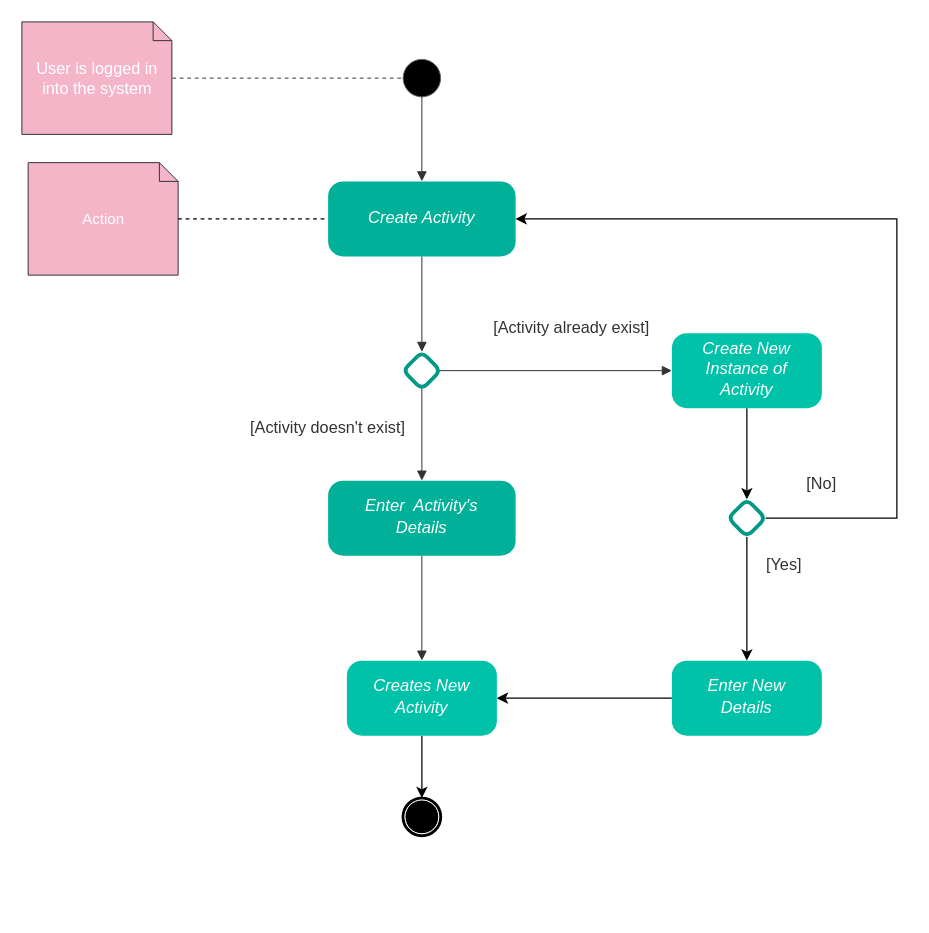
Earlier version of the draw.io diagram Project_Documents/Activity_Diagrams/Create_Activity_Acitvity_Diagram.drawio (Wellington-Black/Project_Web_Programming_with_Python). Source tidied: cells renumbered, new cells numbered last; positions are measured from the earlier drawing's top-left corner, leaving out a move shared by most shapes. Both pictures are drawn from the tidied source at 125%, with x=0, y=0 at pixel (21, 21).
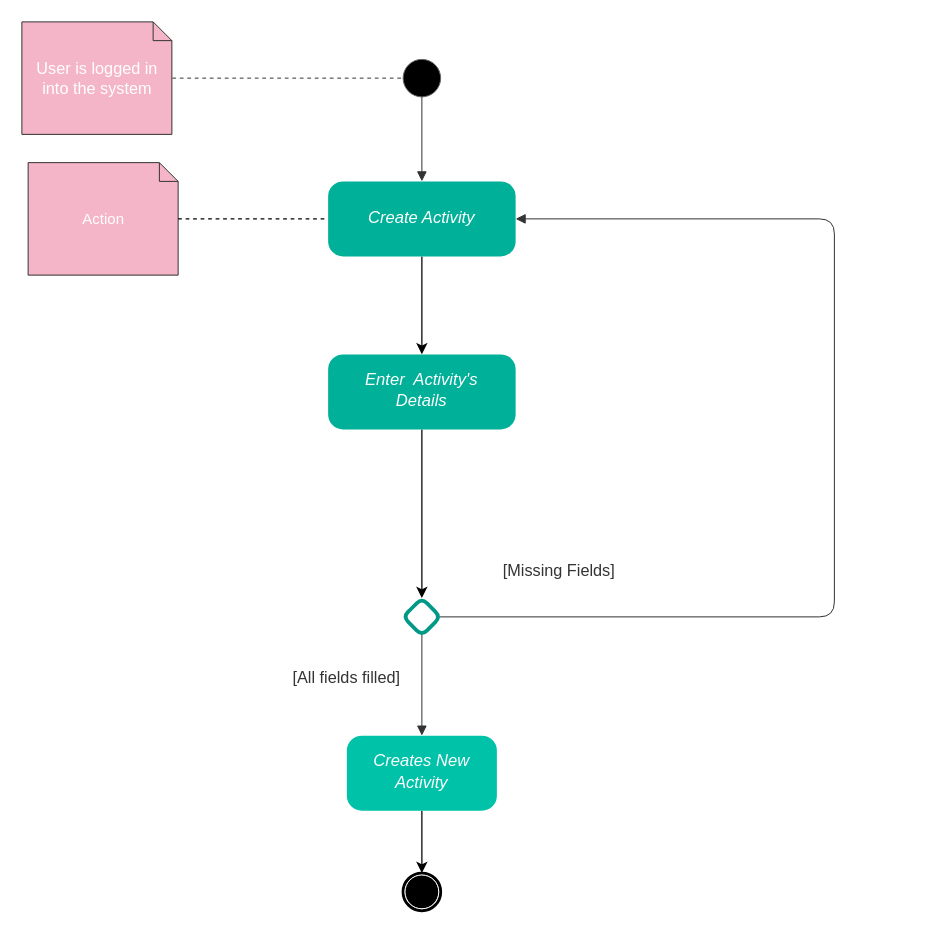
The same page after the edit.

The change refers to these unchanged cells:
```xml
<mxCell id="11" value="&lt;div style=&quot;display: flex ; justify-content: center ; text-align: center ; align-items: baseline ; line-height: 1.25 ; margin-left: 8.4px ; margin-right: 8.4px ; margin-top: -2px&quot;&gt;&lt;font color=&quot;#ffffff&quot;&gt;&lt;span style=&quot;font-size: 13.3px ; font-style: italic&quot;&gt;Create Activity&lt;/span&gt;&lt;/font&gt;&lt;/div&gt;" style="rounded=1;arcSize=20;whiteSpace=wrap;overflow=block;blockSpacing=1;html=1;fontSize=13;spacing=3.6;strokeOpacity=0;fillOpacity=100;fillColor=#00b098;strokeWidth=0.8;" parent="1" vertex="1">
  <mxGeometry x="245" y="127.6" width="150" height="60" as="geometry" />
</mxCell>
```

Change to the diagram source:
```diff
@@
-    <mxCell id="3" style="html=1;jettySize=18;whiteSpace=wrap;fontSize=13;fontFamily=helvetica;strokeColor=#333333;strokeOpacity=100;strokeWidth=0.8;rounded=1;arcSize=24;edgeStyle=orthogonalEdgeStyle;startArrow=none;endArrow=block;endFill=1;exitX=0.5;exitY=1;exitDx=0;exitDy=0;entryX=0.5;entryY=0;entryDx=0;entryDy=0;" parent="1" edge="1" source="11" target="21">
-      <mxGeometry relative="1" as="geometry" />
-    </mxCell>
+    <mxCell id="32" style="edgeStyle=orthogonalEdgeStyle;rounded=0;jettySize=auto;html=1;exitX=0.5;exitY=1;exitDx=0;exitDy=0;entryX=0.5;entryY=0;entryDx=0;entryDy=0;" parent="1" edge="1" source="4" target="21">
+      <mxGeometry relative="1" as="geometry" />
+    </mxCell>
     <mxCell id="4" value="&lt;div style=&quot;display: flex ; justify-content: center ; text-align: center ; align-items: baseline ; line-height: 1.25 ; margin-left: 8.4px ; margin-right: 8.4px ; margin-top: -2px&quot;&gt;&lt;font color=&quot;#ffffff&quot;&gt;&lt;span style=&quot;font-size: 13.3px ; font-style: italic&quot;&gt;Enter&amp;nbsp; Activity's Details&lt;/span&gt;&lt;/font&gt;&lt;/div&gt;" style="rounded=1;arcSize=20;whiteSpace=wrap;overflow=block;blockSpacing=1;html=1;fontSize=13;spacing=3.6;strokeOpacity=0;fillOpacity=100;fillColor=#00b098;strokeWidth=0.8;" parent="1" vertex="1">
-      <mxGeometry x="245" y="367" width="150" height="60" as="geometry" />
+      <mxGeometry x="245" y="266" width="150" height="60" as="geometry" />
     </mxCell>
-    <mxCell id="5" style="html=1;jettySize=18;whiteSpace=wrap;fontSize=13;fontFamily=helvetica;strokeColor=#333333;strokeOpacity=100;strokeWidth=0.8;rounded=1;arcSize=24;edgeStyle=orthogonalEdgeStyle;startArrow=none;endArrow=block;endFill=1;exitX=0.5;exitY=1;exitPerimeter=0;entryX=0.5;entryY=0;entryDx=0;entryDy=0;" parent="1" edge="1" source="4" target="7">
-      <mxGeometry relative="1" as="geometry" />
-    </mxCell>
@@
     <mxCell id="7" value="&lt;div style=&quot;display: flex ; justify-content: center ; text-align: center ; align-items: baseline ; font-size: 0 ; line-height: 1.25 ; margin-left: 8.4px ; margin-right: 8.4px ; margin-top: 2.4px ; margin-top: -2px&quot;&gt;&lt;span&gt;&lt;i style=&quot;color: rgb(255 , 255 , 255) ; font-size: 13.3px&quot;&gt;Creates New Activity&lt;/i&gt;&lt;br&gt;&lt;/span&gt;&lt;/div&gt;" style="rounded=1;arcSize=20;whiteSpace=wrap;overflow=block;blockSpacing=1;html=1;fontSize=13;spacing=3.6;strokeOpacity=0;fillOpacity=100;fillColor=#00c2a8;strokeWidth=0.8;" parent="1" vertex="1">
-      <mxGeometry x="260" y="511" width="120" height="60" as="geometry" />
+      <mxGeometry x="260" y="571" width="120" height="60" as="geometry" />
     </mxCell>
@@
+    <mxCell id="33" style="edgeStyle=orthogonalEdgeStyle;rounded=0;jettySize=auto;html=1;" parent="1" edge="1" source="11" target="4">
+      <mxGeometry relative="1" as="geometry" />
+    </mxCell>
@@
-    <mxCell id="17" style="html=1;jettySize=18;whiteSpace=wrap;fontSize=13;fontFamily=helvetica;strokeColor=#333333;strokeOpacity=100;strokeWidth=0.8;rounded=1;arcSize=24;edgeStyle=orthogonalEdgeStyle;startArrow=none;endArrow=block;endFill=1;exitX=0.5;exitY=0.968;exitPerimeter=0;entryX=0.5;entryY=0;entryDx=0;entryDy=0;" parent="1" edge="1" source="21" target="4">
+    <mxCell id="17" style="html=1;jettySize=18;whiteSpace=wrap;fontSize=13;fontFamily=helvetica;strokeColor=#333333;strokeOpacity=100;strokeWidth=0.8;rounded=1;arcSize=24;edgeStyle=orthogonalEdgeStyle;startArrow=none;endArrow=block;endFill=1;exitX=0.5;exitY=0.968;exitPerimeter=0;entryX=0.5;entryY=0;entryDx=0;entryDy=0;" parent="1" edge="1" source="21" target="7">
       <mxGeometry relative="1" as="geometry" />
     </mxCell>
-    <mxCell id="18" style="html=1;jettySize=18;whiteSpace=wrap;fontSize=13;fontFamily=helvetica;strokeColor=#333333;strokeOpacity=100;strokeWidth=0.8;rounded=1;arcSize=24;edgeStyle=orthogonalEdgeStyle;startArrow=none;endArrow=block;endFill=1;exitX=0.968;exitY=0.5;exitPerimeter=0;entryX=0;entryY=0.5;entryPerimeter=0;" parent="1" edge="1" source="21" target="20">
-      <mxGeometry relative="1" as="geometry" />
+    <mxCell id="18" style="html=1;jettySize=18;whiteSpace=wrap;fontSize=13;fontFamily=helvetica;strokeColor=#333333;strokeOpacity=100;strokeWidth=0.8;rounded=1;arcSize=24;edgeStyle=orthogonalEdgeStyle;startArrow=none;endArrow=block;endFill=1;exitX=0.968;exitY=0.5;exitPerimeter=0;entryX=1;entryY=0.5;entryDx=0;entryDy=0;" parent="1" edge="1" source="21" target="11">
+      <mxGeometry relative="1" as="geometry">
+        <Array as="points">
+          <mxPoint x="650" y="476" />
+          <mxPoint x="650" y="158" />
+        </Array>
+      </mxGeometry>
     </mxCell>
-    <mxCell id="19" style="edgeStyle=orthogonalEdgeStyle;rounded=0;jettySize=auto;html=1;entryX=0.5;entryY=0;entryDx=0;entryDy=0;" parent="1" edge="1" source="20" target="27">
-      <mxGeometry relative="1" as="geometry" />
-    </mxCell>
-    <mxCell id="20" value="&lt;div style=&quot;display: flex ; justify-content: center ; text-align: center ; align-items: baseline ; font-size: 0 ; line-height: 1.25 ; margin-left: 8.4px ; margin-right: 8.4px ; margin-top: 2.4px ; margin-top: -2px&quot;&gt;&lt;span&gt;&lt;span style=&quot;font-size: 13.3px ; color: #ffffff ; font-style: italic&quot;&gt;Create New Instance of Activity&lt;/span&gt;&lt;/span&gt;&lt;/div&gt;" style="rounded=1;arcSize=20;whiteSpace=wrap;overflow=block;blockSpacing=1;html=1;fontSize=13;spacing=3.6;strokeOpacity=0;fillOpacity=100;fillColor=#00c2a8;strokeWidth=0.8;" parent="1" vertex="1">
-      <mxGeometry x="520" y="249" width="120" height="60" as="geometry" />
-    </mxCell>
     <mxCell id="21" style="html=1;overflow=block;blockSpacing=1;whiteSpace=wrap;shape=rhombus;whiteSpace=wrap;fontSize=13;spacing=3.6;strokeColor=#009985;strokeOpacity=100;fillOpacity=100;rounded=1;absoluteArcSize=1;arcSize=12;fillColor=#ffffff;strokeWidth=3;" parent="1" vertex="1">
-      <mxGeometry x="305" y="264" width="30" height="30" as="geometry" />
+      <mxGeometry x="305" y="461" width="30" height="30" as="geometry" />
     </mxCell>
-    <mxCell id="22" value="[Activity doesn't exist]" style="html=1;overflow=block;blockSpacing=1;whiteSpace=wrap;whiteSpace=wrap;fontSize=13;fontColor=#333333;align=center;spacing=3.8;strokeOpacity=0;fillOpacity=0;rounded=1;absoluteArcSize=1;arcSize=12;fillColor=#ffffff;strokeWidth=0.8;" parent="1" vertex="1">
-      <mxGeometry x="155" y="301" width="180" height="45" as="geometry" />
+    <mxCell id="22" value="[All fields filled]" style="html=1;overflow=block;blockSpacing=1;whiteSpace=wrap;whiteSpace=wrap;fontSize=13;fontColor=#333333;align=center;spacing=3.8;strokeOpacity=0;fillOpacity=0;rounded=1;absoluteArcSize=1;arcSize=12;fillColor=#ffffff;strokeWidth=0.8;" parent="1" vertex="1">
+      <mxGeometry x="170" y="501" width="180" height="45" as="geometry" />
     </mxCell>
-    <mxCell id="23" value="[Activity already exist]" style="html=1;overflow=block;blockSpacing=1;whiteSpace=wrap;whiteSpace=wrap;fontSize=13;fontColor=#333333;align=center;spacing=3.8;strokeOpacity=0;fillOpacity=0;rounded=1;absoluteArcSize=1;arcSize=12;fillColor=#ffffff;strokeWidth=0.8;" parent="1" vertex="1">
-      <mxGeometry x="350" y="221" width="180" height="45" as="geometry" />
+    <mxCell id="23" value="[Missing Fields]" style="html=1;overflow=block;blockSpacing=1;whiteSpace=wrap;whiteSpace=wrap;fontSize=13;fontColor=#333333;align=center;spacing=3.8;strokeOpacity=0;fillOpacity=0;rounded=1;absoluteArcSize=1;arcSize=12;fillColor=#ffffff;strokeWidth=0.8;" parent="1" vertex="1">
+      <mxGeometry x="340" y="416" width="180" height="45" as="geometry" />
     </mxCell>
     <mxCell id="24" style="html=1;overflow=block;blockSpacing=1;whiteSpace=wrap;shape=mxgraph.bpmn.shape;outline=end;symbol=terminate;strokeColor=#000000;fillColor=#ffffff;whiteSpace=wrap;fontSize=13;spacing=3.6;strokeOpacity=100;fillOpacity=100;rounded=1;absoluteArcSize=1;arcSize=12;strokeWidth=0.8;" parent="1" vertex="1">
-      <mxGeometry x="305" y="621" width="30" height="30" as="geometry" />
+      <mxGeometry x="305" y="681" width="30" height="30" as="geometry" />
     </mxCell>
-    <mxCell id="25" style="edgeStyle=orthogonalEdgeStyle;rounded=0;jettySize=auto;html=1;entryX=0.5;entryY=0;entryDx=0;entryDy=0;" parent="1" edge="1" source="27" target="30">
-      <mxGeometry relative="1" as="geometry" />
-    </mxCell>
-    <mxCell id="26" style="edgeStyle=orthogonalEdgeStyle;rounded=0;jettySize=auto;html=1;entryX=1;entryY=0.5;entryDx=0;entryDy=0;exitX=1;exitY=0.5;exitDx=0;exitDy=0;" parent="1" edge="1" source="27" target="11">
-      <mxGeometry relative="1" as="geometry">
-        <Array as="points">
-          <mxPoint x="700" y="397" />
-          <mxPoint x="700" y="158" />
-        </Array>
-      </mxGeometry>
-    </mxCell>
-    <mxCell id="27" style="html=1;overflow=block;blockSpacing=1;whiteSpace=wrap;shape=rhombus;whiteSpace=wrap;fontSize=13;spacing=3.6;strokeColor=#009985;strokeOpacity=100;fillOpacity=100;rounded=1;absoluteArcSize=1;arcSize=12;fillColor=#ffffff;strokeWidth=3;" parent="1" vertex="1">
-      <mxGeometry x="565" y="382" width="30" height="30" as="geometry" />
-    </mxCell>
-    <mxCell id="28" value="[Yes]" style="html=1;overflow=block;blockSpacing=1;whiteSpace=wrap;whiteSpace=wrap;fontSize=13;fontColor=#333333;align=center;spacing=3.8;strokeOpacity=0;fillOpacity=0;rounded=1;absoluteArcSize=1;arcSize=12;fillColor=#ffffff;strokeWidth=0.8;" parent="1" vertex="1">
-      <mxGeometry x="580" y="411" width="60" height="45" as="geometry" />
-    </mxCell>
-    <mxCell id="29" style="edgeStyle=orthogonalEdgeStyle;rounded=0;jettySize=auto;html=1;entryX=1;entryY=0.5;entryDx=0;entryDy=0;" parent="1" edge="1" source="30" target="7">
-      <mxGeometry relative="1" as="geometry" />
-    </mxCell>
-    <mxCell id="30" value="&lt;div style=&quot;display: flex ; justify-content: center ; text-align: center ; align-items: baseline ; font-size: 0 ; line-height: 1.25 ; margin-left: 8.4px ; margin-right: 8.4px ; margin-top: 2.4px ; margin-top: -2px&quot;&gt;&lt;span&gt;&lt;span style=&quot;font-size: 13.3px ; color: #ffffff ; font-style: italic&quot;&gt;Enter New Details&lt;/span&gt;&lt;/span&gt;&lt;/div&gt;" style="rounded=1;arcSize=20;whiteSpace=wrap;overflow=block;blockSpacing=1;html=1;fontSize=13;spacing=3.6;strokeOpacity=0;fillOpacity=100;fillColor=#00c2a8;strokeWidth=0.8;" parent="1" vertex="1">
-      <mxGeometry x="520" y="511" width="120" height="60" as="geometry" />
-    </mxCell>
-    <mxCell id="31" value="[No]" style="html=1;overflow=block;blockSpacing=1;whiteSpace=wrap;whiteSpace=wrap;fontSize=13;fontColor=#333333;align=center;spacing=3.8;strokeOpacity=0;fillOpacity=0;rounded=1;absoluteArcSize=1;arcSize=12;fillColor=#ffffff;strokeWidth=0.8;" parent="1" vertex="1">
-      <mxGeometry x="620" y="346" width="40" height="45" as="geometry" />
-    </mxCell>
```
